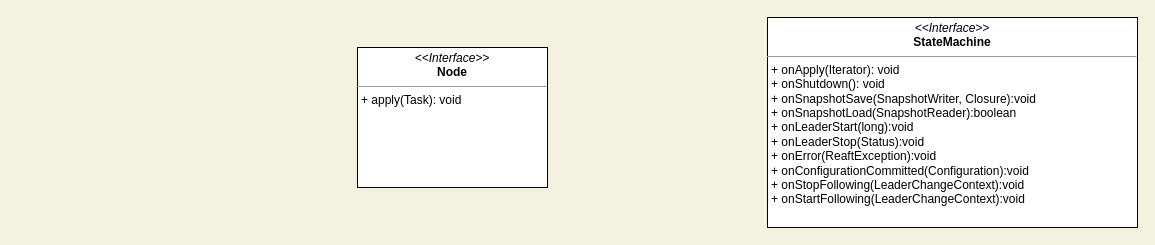
The draw.io diagram raft.drawio in Echidnaaa/draw, before the edit. Source tidied: cells renumbered, new cells numbered last; positions are measured from the earlier drawing's top-left corner, leaving out a move shared by most shapes. Both pictures are drawn from the tidied source at 100%, with x=0, y=0 at pixel (357, 17).
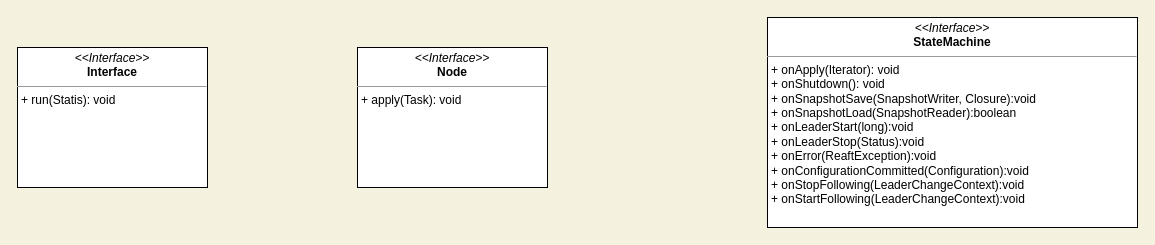
The same page after the edit.

Change to the diagram source:
```diff
@@
 <mxGraphModel background="#F4F1DE">
   <root>
     <mxCell id="0" />
     <mxCell id="1" parent="0" />
     <mxCell id="2" value="&lt;p style=&quot;margin: 0px ; margin-top: 4px ; text-align: center&quot;&gt;&lt;i&gt;&amp;lt;&amp;lt;Interface&amp;gt;&amp;gt;&lt;/i&gt;&lt;br&gt;&lt;b&gt;StateMachine&lt;/b&gt;&lt;/p&gt;&lt;hr size=&quot;1&quot;&gt;&lt;p style=&quot;margin: 0px ; margin-left: 4px&quot;&gt;+ onApply(Iterator): void&lt;br&gt;+ onShutdown(): void&lt;/p&gt;&lt;p style=&quot;margin: 0px ; margin-left: 4px&quot;&gt;+ onSnapshotSave(SnapshotWriter, Closure):void&lt;/p&gt;&lt;p style=&quot;margin: 0px ; margin-left: 4px&quot;&gt;+ onSnapshotLoad(SnapshotReader):boolean&lt;/p&gt;&lt;p style=&quot;margin: 0px ; margin-left: 4px&quot;&gt;+ onLeaderStart(long):void&lt;/p&gt;&lt;p style=&quot;margin: 0px ; margin-left: 4px&quot;&gt;+ onLeaderStop(Status):void&lt;/p&gt;&lt;p style=&quot;margin: 0px ; margin-left: 4px&quot;&gt;+ onError(ReaftException):void&lt;/p&gt;&lt;p style=&quot;margin: 0px ; margin-left: 4px&quot;&gt;+ onConfigurationCommitted(Configuration):void&lt;/p&gt;&lt;p style=&quot;margin: 0px ; margin-left: 4px&quot;&gt;+ onStopFollowing(LeaderChangeContext):void&lt;/p&gt;&lt;p style=&quot;margin: 0px ; margin-left: 4px&quot;&gt;+ onStartFollowing(LeaderChangeContext):void&lt;/p&gt;&lt;p style=&quot;margin: 0px ; margin-left: 4px&quot;&gt;&lt;br&gt;&lt;/p&gt;" style="verticalAlign=top;align=left;overflow=fill;fontSize=12;fontFamily=Helvetica;html=1;" parent="1" vertex="1">
       <mxGeometry x="410" width="370" height="210" as="geometry" />
     </mxCell>
     <mxCell id="3" value="&lt;p style=&quot;margin: 0px ; margin-top: 4px ; text-align: center&quot;&gt;&lt;i&gt;&amp;lt;&amp;lt;Interface&amp;gt;&amp;gt;&lt;/i&gt;&lt;br&gt;&lt;b&gt;Node&lt;/b&gt;&lt;/p&gt;&lt;hr size=&quot;1&quot;&gt;&lt;p style=&quot;margin: 0px ; margin-left: 4px&quot;&gt;+ apply(Task): void&lt;br&gt;&lt;/p&gt;" style="verticalAlign=top;align=left;overflow=fill;fontSize=12;fontFamily=Helvetica;html=1;" parent="1" vertex="1">
       <mxGeometry y="30" width="190" height="140" as="geometry" />
     </mxCell>
+    <mxCell id="4" value="&lt;p style=&quot;margin: 0px ; margin-top: 4px ; text-align: center&quot;&gt;&lt;i&gt;&amp;lt;&amp;lt;Interface&amp;gt;&amp;gt;&lt;/i&gt;&lt;br&gt;&lt;b&gt;Interface&lt;/b&gt;&lt;/p&gt;&lt;hr size=&quot;1&quot;&gt;&lt;p style=&quot;margin: 0px ; margin-left: 4px&quot;&gt;+ run(Statis): void&lt;br&gt;&lt;/p&gt;" style="verticalAlign=top;align=left;overflow=fill;fontSize=12;fontFamily=Helvetica;html=1;" parent="1" vertex="1">
+      <mxGeometry x="-340" y="30" width="190" height="140" as="geometry" />
+    </mxCell>
   </root>
 </mxGraphModel>
```
